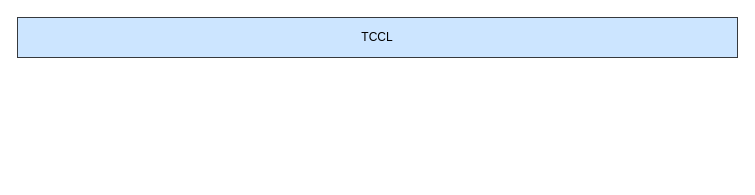
Before: tccl_structure.drawio in BEYHHH/SBLP, a draw.io diagram. Source tidied: cells renumbered, new cells numbered last; positions are measured from the earlier drawing's top-left corner, leaving out a move shared by most shapes. Both pictures are drawn from the tidied source at 100%, with x=0, y=0 at pixel (17, 17).
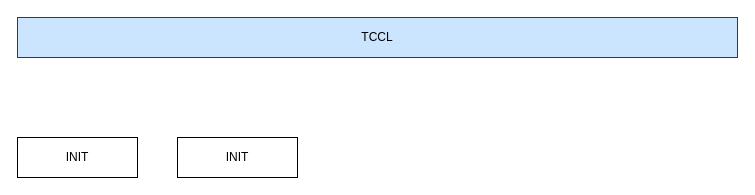
The same page after the edit.

Diff of the diagram source:
```diff
@@
 <mxGraphModel>
   <root>
     <mxCell id="0" />
     <mxCell id="1" parent="0" />
     <mxCell id="2" value="TCCL" style="rounded=0;whiteSpace=wrap;html=1;fillColor=#cce5ff;strokeColor=#36393d;" parent="1" vertex="1">
       <mxGeometry width="720" height="40" as="geometry" />
     </mxCell>
+    <mxCell id="3" value="INIT" style="rounded=0;whiteSpace=wrap;html=1;" parent="1" vertex="1">
+      <mxGeometry y="120" width="120" height="40" as="geometry" />
+    </mxCell>
+    <mxCell id="4" value="INIT" style="rounded=0;whiteSpace=wrap;html=1;" parent="1" vertex="1">
+      <mxGeometry x="160" y="120" width="120" height="40" as="geometry" />
+    </mxCell>
   </root>
 </mxGraphModel>
```
